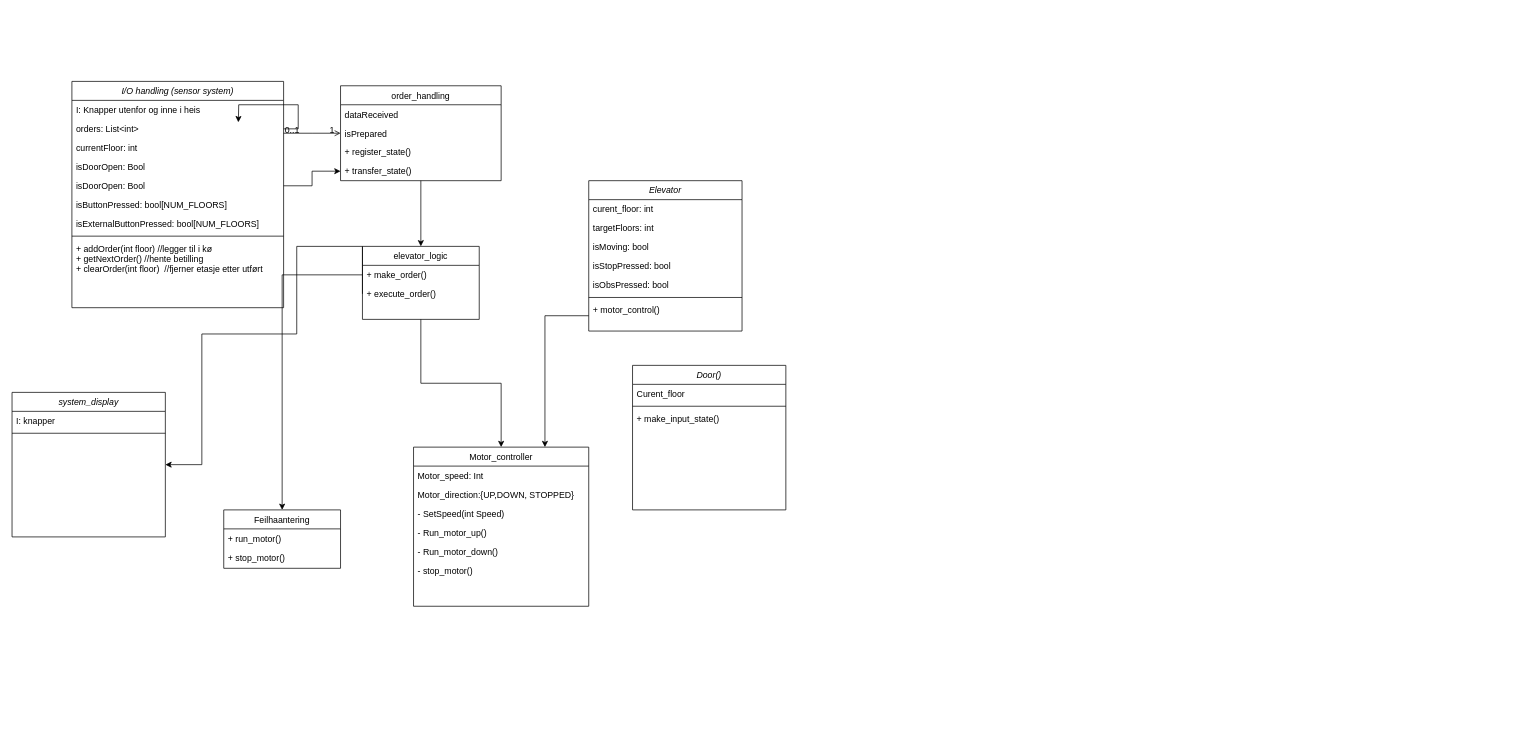
MathiasSagerup/TilpDat keeps this draw.io diagram as Untitled Diagram.drawio. Above is the earlier version. Source tidied: cells renumbered, new cells numbered last; positions are measured from the earlier drawing's top-left corner, leaving out a move shared by most shapes. Both pictures are drawn from the tidied source at 73%, with x=0, y=0 at pixel (12, 81).
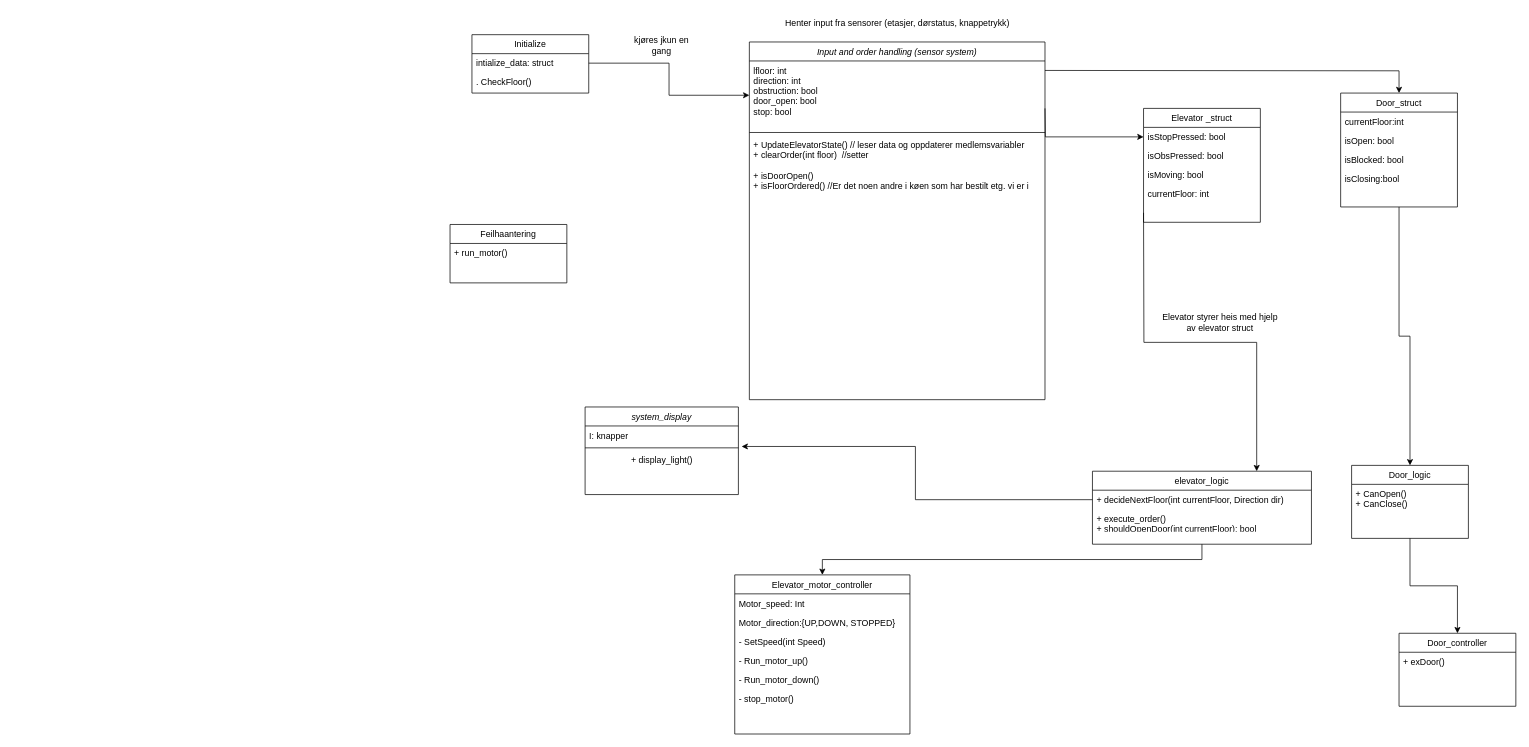
Above is the later version.

Unchanged cells that the change refers to:
```xml
<mxCell id="38" value="I: knapper&#10;" style="text;align=left;verticalAlign=top;spacingLeft=4;spacingRight=4;overflow=hidden;points=[[0,0.5],[1,0.5]];portConstraint=eastwest;" parent="37" vertex="1">
  <mxGeometry y="26" width="210" height="26" as="geometry" />
</mxCell>
```

What changed in the source:
```diff
@@
-    <mxCell id="2" value="I/O handling (sensor system)" style="swimlane;fontStyle=2;align=center;verticalAlign=top;horizontal=1;startSize=26;rounded=0;shadow=0;strokeWidth=1;" parent="1" vertex="1">
-      <mxGeometry x="82" width="290" height="310" as="geometry" />
+    <mxCell id="2" value="Input and order handling (sensor system)" style="swimlane;fontStyle=2;align=center;verticalAlign=top;horizontal=1;startSize=26;rounded=0;shadow=0;strokeWidth=1;" parent="1" vertex="1">
+      <mxGeometry x="1010" y="-54" width="405" height="490" as="geometry" />
     </mxCell>
-    <mxCell id="3" value="I: Knapper utenfor og inne i heis " style="text;align=left;verticalAlign=top;spacingLeft=4;spacingRight=4;overflow=hidden;" parent="2" vertex="1">
-      <mxGeometry y="26" width="290" height="26" as="geometry" />
-    </mxCell>
-    <mxCell id="4" style="edgeStyle=orthogonalEdgeStyle;rounded=0;jettySize=auto;html=1;exitX=1;exitY=0.5;exitDx=0;exitDy=0;" parent="2" edge="1" source="5">
-      <mxGeometry relative="1" as="geometry">
-        <mxPoint x="228" y="56" as="targetPoint" />
-      </mxGeometry>
-    </mxCell>
-    <mxCell id="5" value="orders: List&lt;int&gt;" style="text;align=left;verticalAlign=top;spacingLeft=4;spacingRight=4;overflow=hidden;points=[[0,0.5],[1,0.5]];portConstraint=eastwest;" parent="2" vertex="1">
-      <mxGeometry y="52" width="290" height="26" as="geometry" />
-    </mxCell>
-    <mxCell id="6" value="currentFloor: int" style="text;align=left;verticalAlign=top;spacingLeft=4;spacingRight=4;overflow=hidden;" parent="2" vertex="1">
-      <mxGeometry y="78" width="290" height="26" as="geometry" />
-    </mxCell>
-    <mxCell id="7" value="isDoorOpen: Bool" style="text;align=left;verticalAlign=top;spacingLeft=4;spacingRight=4;overflow=hidden;points=[[0,0.5],[1,0.5]];portConstraint=eastwest;" parent="2" vertex="1">
-      <mxGeometry y="104" width="290" height="26" as="geometry" />
+    <mxCell id="7" value="lfloor: int&#10;direction: int &#10;obstruction: bool &#10;door_open: bool &#10;stop: bool " style="text;align=left;verticalAlign=top;spacingLeft=4;spacingRight=4;overflow=hidden;points=[[0,0.5],[1,0.5]];portConstraint=eastwest;" parent="2" vertex="1">
+      <mxGeometry y="26" width="405" height="94" as="geometry" />
     </mxCell>
-    <mxCell id="8" value="isDoorOpen: Bool" style="text;align=left;verticalAlign=top;spacingLeft=4;spacingRight=4;overflow=hidden;points=[[0,0.5],[1,0.5]];portConstraint=eastwest;" parent="2" vertex="1">
-      <mxGeometry y="130" width="290" height="26" as="geometry" />
-    </mxCell>
-    <mxCell id="9" value="isButtonPressed: bool[NUM_FLOORS]" style="text;align=left;verticalAlign=top;spacingLeft=4;spacingRight=4;overflow=hidden;" parent="2" vertex="1">
-      <mxGeometry y="156" width="290" height="26" as="geometry" />
-    </mxCell>
-    <mxCell id="10" value="isExternalButtonPressed: bool[NUM_FLOORS]" style="text;align=left;verticalAlign=top;spacingLeft=4;spacingRight=4;overflow=hidden;" parent="2" vertex="1">
-      <mxGeometry y="182" width="290" height="26" as="geometry" />
-    </mxCell>
     <mxCell id="11" style="line;html=1;strokeWidth=1;align=left;verticalAlign=middle;spacingTop=-1;spacingLeft=3;spacingRight=3;labelPosition=right;" parent="2" vertex="1">
-      <mxGeometry y="208" width="290" height="8" as="geometry" />
+      <mxGeometry y="120" width="405" height="8" as="geometry" />
     </mxCell>
-    <mxCell id="12" value="+ addOrder(int floor) //legger til i kø&#10;+ getNextOrder() //hente betilling&#10;+ clearOrder(int floor)  //fjerner etasje etter utført" style="text;align=left;verticalAlign=top;spacingLeft=4;spacingRight=4;overflow=hidden;rounded=0;shadow=0;html=0;" parent="2" vertex="1">
-      <mxGeometry y="216" width="290" height="94" as="geometry" />
+    <mxCell id="12" value="+ UpdateElevatorState() // leser data og oppdaterer medlemsvariabler&#10;+ clearOrder(int floor)  //setter&#10;&#10;+ isDoorOpen()&#10;+ isFloorOrdered() //Er det noen andre i køen som har bestilt etg. vi er i &#10; " style="text;align=left;verticalAlign=top;spacingLeft=4;spacingRight=4;overflow=hidden;rounded=0;shadow=0;html=0;" parent="2" vertex="1">
+      <mxGeometry y="128" width="405" height="132" as="geometry" />
     </mxCell>
-    <mxCell id="13" style="edgeStyle=orthogonalEdgeStyle;rounded=0;jettySize=auto;html=1;exitX=0.5;exitY=1;exitDx=0;exitDy=0;" parent="1" edge="1" source="14" target="23">
-      <mxGeometry relative="1" as="geometry" />
-    </mxCell>
-    <mxCell id="14" value="order_handling" style="swimlane;fontStyle=0;align=center;verticalAlign=top;horizontal=1;startSize=26;rounded=0;shadow=0;strokeWidth=1;" parent="1" vertex="1">
-      <mxGeometry x="450" y="6" width="220" height="130" as="geometry" />
-    </mxCell>
-    <mxCell id="15" value="dataReceived&#10;" style="text;align=left;verticalAlign=top;spacingLeft=4;spacingRight=4;overflow=hidden;" parent="14" vertex="1">
-      <mxGeometry y="26" width="220" height="26" as="geometry" />
-    </mxCell>
-    <mxCell id="16" value="isPrepared" style="text;align=left;verticalAlign=top;spacingLeft=4;spacingRight=4;overflow=hidden;" parent="14" vertex="1">
-      <mxGeometry y="52" width="220" height="26" as="geometry" />
-    </mxCell>
-    <mxCell id="17" value="+ register_state()" style="text;align=left;verticalAlign=top;spacingLeft=4;spacingRight=4;overflow=hidden;" parent="14" vertex="1">
-      <mxGeometry y="78" width="220" height="26" as="geometry" />
-    </mxCell>
-    <mxCell id="18" value="+ transfer_state()" style="text;align=left;verticalAlign=top;spacingLeft=4;spacingRight=4;overflow=hidden;points=[[0,0.5],[1,0.5]];portConstraint=eastwest;rounded=0;shadow=0;html=0;" parent="14" vertex="1">
-      <mxGeometry y="104" width="220" height="26" as="geometry" />
-    </mxCell>
-    <mxCell id="19" style="endArrow=open;shadow=0;strokeWidth=1;rounded=0;curved=0;endFill=1;edgeStyle=elbowEdgeStyle;elbow=vertical;" parent="1" edge="1" source="2" target="14">
-      <mxGeometry x="0.5" y="41" relative="1" as="geometry">
-        <mxPoint x="-40" y="32" as="offset" />
-      </mxGeometry>
-    </mxCell>
-    <mxCell id="20" value="0..1" style="align=left;verticalAlign=bottom;labelBackgroundColor=none;fontSize=12;" parent="19" vertex="1">
-      <mxGeometry x="-1" relative="1" as="geometry">
-        <mxPoint y="4" as="offset" />
-      </mxGeometry>
-    </mxCell>
-    <mxCell id="21" value="1" style="align=right;verticalAlign=bottom;labelBackgroundColor=none;fontSize=12;" parent="19" vertex="1">
-      <mxGeometry x="1" relative="1" as="geometry">
-        <mxPoint x="-7" y="4" as="offset" />
-      </mxGeometry>
-    </mxCell>
@@
     <mxCell id="23" value="elevator_logic" style="swimlane;fontStyle=0;align=center;verticalAlign=top;horizontal=1;startSize=26;rounded=0;shadow=0;strokeWidth=1;" parent="1" vertex="1">
-      <mxGeometry x="480" y="226" width="160" height="100" as="geometry" />
+      <mxGeometry x="1480" y="534" width="300" height="100" as="geometry" />
     </mxCell>
-    <mxCell id="24" value="+ make_order()&#10;" style="text;align=left;verticalAlign=top;spacingLeft=4;spacingRight=4;overflow=hidden;points=[[0,0.5],[1,0.5]];portConstraint=eastwest;" parent="23" vertex="1">
-      <mxGeometry y="26" width="160" height="26" as="geometry" />
+    <mxCell id="24" value="+ decideNextFloor(int currentFloor, Direction dir)" style="text;align=left;verticalAlign=top;spacingLeft=4;spacingRight=4;overflow=hidden;points=[[0,0.5],[1,0.5]];portConstraint=eastwest;" parent="23" vertex="1">
+      <mxGeometry y="26" width="300" height="26" as="geometry" />
     </mxCell>
-    <mxCell id="25" value="+ execute_order()" style="text;align=left;verticalAlign=top;spacingLeft=4;spacingRight=4;overflow=hidden;points=[[0,0.5],[1,0.5]];portConstraint=eastwest;rounded=0;shadow=0;html=0;" parent="23" vertex="1">
-      <mxGeometry y="52" width="160" height="26" as="geometry" />
+    <mxCell id="25" value="+ execute_order()&#10;+ shouldOpenDoor(int currentFloor): bool" style="text;align=left;verticalAlign=top;spacingLeft=4;spacingRight=4;overflow=hidden;points=[[0,0.5],[1,0.5]];portConstraint=eastwest;rounded=0;shadow=0;html=0;" parent="23" vertex="1">
+      <mxGeometry y="52" width="300" height="26" as="geometry" />
     </mxCell>
-    <mxCell id="26" value="Motor_controller" style="swimlane;fontStyle=0;align=center;verticalAlign=top;horizontal=1;startSize=26;rounded=0;shadow=0;strokeWidth=1;" parent="1" vertex="1">
-      <mxGeometry x="550" y="501" width="240" height="218" as="geometry" />
+    <mxCell id="26" value="Elevator_motor_controller" style="swimlane;fontStyle=0;align=center;verticalAlign=top;horizontal=1;startSize=26;rounded=0;shadow=0;strokeWidth=1;" parent="1" vertex="1">
+      <mxGeometry x="990" y="676" width="240" height="218" as="geometry" />
     </mxCell>
@@
     <mxCell id="33" value="Feilhaantering" style="swimlane;fontStyle=0;align=center;verticalAlign=top;horizontal=1;startSize=26;rounded=0;shadow=0;strokeWidth=1;" parent="1" vertex="1">
-      <mxGeometry x="290" y="587" width="160" height="80" as="geometry" />
+      <mxGeometry x="600" y="196" width="160" height="80" as="geometry" />
     </mxCell>
@@
-    <mxCell id="35" value="+ stop_motor()&#10;" style="text;align=left;verticalAlign=top;spacingLeft=4;spacingRight=4;overflow=hidden;" parent="33" vertex="1">
-      <mxGeometry y="52" width="160" height="26" as="geometry" />
-    </mxCell>
-    <mxCell id="36" style="edgeStyle=orthogonalEdgeStyle;rounded=0;jettySize=auto;html=1;exitX=0;exitY=0.5;exitDx=0;exitDy=0;entryX=0.5;entryY=0;entryDx=0;entryDy=0;" parent="1" edge="1" source="24" target="33">
-      <mxGeometry relative="1" as="geometry" />
-    </mxCell>
     <mxCell id="37" value="system_display" style="swimlane;fontStyle=2;align=center;verticalAlign=top;horizontal=1;startSize=26;rounded=0;shadow=0;strokeWidth=1;" parent="1" vertex="1">
-      <mxGeometry y="426" width="210" height="198" as="geometry" />
+      <mxGeometry x="785" y="446" width="210" height="120" as="geometry" />
     </mxCell>
@@
-    <mxCell id="40" style="edgeStyle=orthogonalEdgeStyle;rounded=0;jettySize=auto;html=1;exitX=0;exitY=0.5;exitDx=0;exitDy=0;entryX=1;entryY=0.5;entryDx=0;entryDy=0;" parent="1" edge="1" source="25" target="37">
-      <mxGeometry relative="1" as="geometry">
-        <Array as="points">
-          <mxPoint x="480" y="226" />
-          <mxPoint x="390" y="226" />
-          <mxPoint x="390" y="346" />
-          <mxPoint x="260" y="346" />
-        </Array>
-      </mxGeometry>
-    </mxCell>
-    <mxCell id="41" value="Elevator" style="swimlane;fontStyle=2;align=center;verticalAlign=top;horizontal=1;startSize=26;rounded=0;shadow=0;strokeWidth=1;" parent="1" vertex="1">
-      <mxGeometry x="790" y="136" width="210" height="206" as="geometry" />
-    </mxCell>
-    <mxCell id="42" value="curent_floor: int" style="text;align=left;verticalAlign=top;spacingLeft=4;spacingRight=4;overflow=hidden;" parent="41" vertex="1">
-      <mxGeometry y="26" width="210" height="26" as="geometry" />
-    </mxCell>
-    <mxCell id="43" value="targetFloors: int" style="text;align=left;verticalAlign=top;spacingLeft=4;spacingRight=4;overflow=hidden;" parent="41" vertex="1">
-      <mxGeometry y="52" width="210" height="26" as="geometry" />
-    </mxCell>
-    <mxCell id="44" value="isMoving: bool" style="text;align=left;verticalAlign=top;spacingLeft=4;spacingRight=4;overflow=hidden;" parent="41" vertex="1">
-      <mxGeometry y="78" width="210" height="26" as="geometry" />
-    </mxCell>
+    <mxCell id="55" value="+ display_light()&lt;div&gt;&lt;br&gt;&lt;/div&gt;" style="text;html=1;align=center;verticalAlign=middle;strokeColor=none;fillColor=none;" parent="37" vertex="1">
+      <mxGeometry y="60" width="210" height="40" as="geometry" />
+    </mxCell>
+    <mxCell id="56" style="edgeStyle=orthogonalEdgeStyle;rounded=0;jettySize=auto;html=1;entryX=0.75;entryY=0;entryDx=0;entryDy=0;" parent="1" edge="1" target="23">
+      <mxGeometry relative="1" as="geometry">
+        <mxPoint x="1550" y="180" as="sourcePoint" />
+      </mxGeometry>
+    </mxCell>
+    <mxCell id="57" style="edgeStyle=orthogonalEdgeStyle;rounded=0;jettySize=auto;html=1;exitX=0.5;exitY=1;exitDx=0;exitDy=0;entryX=0.5;entryY=0;entryDx=0;entryDy=0;" parent="1" edge="1" source="70" target="64">
+      <mxGeometry relative="1" as="geometry" />
+    </mxCell>
+    <mxCell id="58" value="Initialize" style="swimlane;fontStyle=0;align=center;verticalAlign=top;horizontal=1;startSize=26;rounded=0;shadow=0;strokeWidth=1;" parent="1" vertex="1">
+      <mxGeometry x="630" y="-64" width="160" height="80" as="geometry" />
+    </mxCell>
+    <mxCell id="59" value="intialize_data: struct" style="text;align=left;verticalAlign=top;spacingLeft=4;spacingRight=4;overflow=hidden;points=[[0,0.5],[1,0.5]];portConstraint=eastwest;" parent="58" vertex="1">
+      <mxGeometry y="26" width="160" height="26" as="geometry" />
+    </mxCell>
+    <mxCell id="60" value=". CheckFloor()" style="text;align=left;verticalAlign=top;spacingLeft=4;spacingRight=4;overflow=hidden;" parent="58" vertex="1">
+      <mxGeometry y="52" width="160" height="26" as="geometry" />
+    </mxCell>
+    <mxCell id="61" style="edgeStyle=orthogonalEdgeStyle;rounded=0;jettySize=auto;html=1;exitX=1;exitY=0.5;exitDx=0;exitDy=0;entryX=0;entryY=0.5;entryDx=0;entryDy=0;" parent="1" edge="1" source="59" target="7">
+      <mxGeometry relative="1" as="geometry" />
+    </mxCell>
+    <mxCell id="62" value="Elevator styrer heis med hjelp av elevator struct" style="text;html=1;align=center;verticalAlign=middle;whiteSpace=wrap;rounded=0;" parent="1" vertex="1">
+      <mxGeometry x="1570" y="316" width="170" height="30" as="geometry" />
+    </mxCell>
+    <mxCell id="63" value="kjøres jkun en gang" style="text;html=1;align=center;verticalAlign=middle;whiteSpace=wrap;rounded=0;" parent="1" vertex="1">
+      <mxGeometry x="840" y="-64" width="100" height="30" as="geometry" />
+    </mxCell>
+    <mxCell id="64" value="Door_logic" style="swimlane;fontStyle=0;align=center;verticalAlign=top;horizontal=1;startSize=26;rounded=0;shadow=0;strokeWidth=1;" parent="1" vertex="1">
+      <mxGeometry x="1835" y="526" width="160" height="100" as="geometry" />
+    </mxCell>
+    <mxCell id="65" value="+ CanOpen()&#10;+ CanClose()" style="text;align=left;verticalAlign=top;spacingLeft=4;spacingRight=4;overflow=hidden;" parent="64" vertex="1">
+      <mxGeometry y="26" width="160" height="64" as="geometry" />
+    </mxCell>
+    <mxCell id="66" style="edgeStyle=orthogonalEdgeStyle;rounded=0;jettySize=auto;html=1;exitX=1;exitY=0.5;exitDx=0;exitDy=0;entryX=0.5;entryY=0;entryDx=0;entryDy=0;" parent="1" edge="1" target="70">
+      <mxGeometry relative="1" as="geometry">
+        <mxPoint x="1415" y="-15" as="sourcePoint" />
+      </mxGeometry>
+    </mxCell>
+    <mxCell id="67" style="edgeStyle=orthogonalEdgeStyle;rounded=0;jettySize=auto;html=1;exitX=0.5;exitY=1;exitDx=0;exitDy=0;entryX=0.5;entryY=0;entryDx=0;entryDy=0;" parent="1" edge="1" source="64" target="76">
+      <mxGeometry relative="1" as="geometry" />
+    </mxCell>
+    <mxCell id="68" value="Henter input fra sensorer (etasjer, dørstatus, knappetrykk)" style="text;html=1;align=center;verticalAlign=middle;whiteSpace=wrap;rounded=0;" parent="1" vertex="1">
+      <mxGeometry x="1032.5" y="-94" width="360" height="30" as="geometry" />
+    </mxCell>
+    <mxCell id="69" value="Elevator _struct" style="swimlane;fontStyle=0;align=center;verticalAlign=top;horizontal=1;startSize=26;rounded=0;shadow=0;strokeWidth=1;" parent="1" vertex="1">
+      <mxGeometry x="1550" y="37" width="160" height="156" as="geometry" />
+    </mxCell>
-    <mxCell id="45" value="isStopPressed: bool" style="text;align=left;verticalAlign=top;spacingLeft=4;spacingRight=4;overflow=hidden;points=[[0,0.5],[1,0.5]];portConstraint=eastwest;" parent="41" vertex="1">
-      <mxGeometry y="104" width="210" height="26" as="geometry" />
+    <mxCell id="45" value="isStopPressed: bool" style="text;align=left;verticalAlign=top;spacingLeft=4;spacingRight=4;overflow=hidden;points=[[0,0.5],[1,0.5]];portConstraint=eastwest;" parent="69" vertex="1">
+      <mxGeometry y="26" width="160" height="26" as="geometry" />
     </mxCell>
-    <mxCell id="46" value="isObsPressed: bool" style="text;align=left;verticalAlign=top;spacingLeft=4;spacingRight=4;overflow=hidden;" parent="41" vertex="1">
-      <mxGeometry y="130" width="210" height="26" as="geometry" />
+    <mxCell id="46" value="isObsPressed: bool" style="text;align=left;verticalAlign=top;spacingLeft=4;spacingRight=4;overflow=hidden;" parent="69" vertex="1">
+      <mxGeometry y="52" width="160" height="26" as="geometry" />
     </mxCell>
-    <mxCell id="47" style="line;html=1;strokeWidth=1;align=left;verticalAlign=middle;spacingTop=-1;spacingLeft=3;spacingRight=3;labelPosition=right;" parent="41" vertex="1">
-      <mxGeometry y="156" width="210" height="8" as="geometry" />
-    </mxCell>
-    <mxCell id="48" value="+ motor_control()" style="text;align=left;verticalAlign=top;spacingLeft=4;spacingRight=4;overflow=hidden;points=[[0,0.5],[1,0.5]];portConstraint=eastwest;rounded=0;shadow=0;html=0;" parent="41" vertex="1">
-      <mxGeometry y="164" width="210" height="42" as="geometry" />
-    </mxCell>
-    <mxCell id="49" value="Door()" style="swimlane;fontStyle=2;align=center;verticalAlign=top;horizontal=1;startSize=26;rounded=0;shadow=0;strokeWidth=1;" parent="1" vertex="1">
-      <mxGeometry x="850" y="389" width="210" height="198" as="geometry" />
-    </mxCell>
-    <mxCell id="50" value="Curent_floor " style="text;align=left;verticalAlign=top;spacingLeft=4;spacingRight=4;overflow=hidden;" parent="49" vertex="1">
-      <mxGeometry y="26" width="210" height="26" as="geometry" />
-    </mxCell>
-    <mxCell id="51" style="line;html=1;strokeWidth=1;align=left;verticalAlign=middle;spacingTop=-1;spacingLeft=3;spacingRight=3;labelPosition=right;" parent="49" vertex="1">
-      <mxGeometry y="52" width="210" height="8" as="geometry" />
-    </mxCell>
-    <mxCell id="52" value="+ make_input_state()" style="text;align=left;verticalAlign=top;spacingLeft=4;spacingRight=4;overflow=hidden;rounded=0;shadow=0;html=0;" parent="49" vertex="1">
-      <mxGeometry y="60" width="210" height="42" as="geometry" />
-    </mxCell>
-    <mxCell id="53" style="edgeStyle=orthogonalEdgeStyle;rounded=0;jettySize=auto;html=1;exitX=0;exitY=0.5;exitDx=0;exitDy=0;entryX=0.75;entryY=0;entryDx=0;entryDy=0;" parent="1" edge="1" source="48" target="26">
-      <mxGeometry relative="1" as="geometry" />
-    </mxCell>
-    <mxCell id="54" style="edgeStyle=orthogonalEdgeStyle;rounded=0;jettySize=auto;html=1;" parent="1" edge="1" source="8" target="18">
-      <mxGeometry relative="1" as="geometry" />
-    </mxCell>
+    <mxCell id="44" value="isMoving: bool " style="text;align=left;verticalAlign=top;spacingLeft=4;spacingRight=4;overflow=hidden;" parent="69" vertex="1">
+      <mxGeometry y="78" width="160" height="26" as="geometry" />
+    </mxCell>
+    <mxCell id="6" value="currentFloor: int" style="text;align=left;verticalAlign=top;spacingLeft=4;spacingRight=4;overflow=hidden;" parent="69" vertex="1">
+      <mxGeometry y="104" width="160" height="26" as="geometry" />
+    </mxCell>
+    <mxCell id="70" value="Door_struct" style="swimlane;fontStyle=0;align=center;verticalAlign=top;horizontal=1;startSize=26;rounded=0;shadow=0;strokeWidth=1;" parent="1" vertex="1">
+      <mxGeometry x="1820" y="16" width="160" height="156" as="geometry" />
+    </mxCell>
+    <mxCell id="71" value="currentFloor:int" style="text;align=left;verticalAlign=top;spacingLeft=4;spacingRight=4;overflow=hidden;" parent="70" vertex="1">
+      <mxGeometry y="26" width="160" height="26" as="geometry" />
+    </mxCell>
+    <mxCell id="72" value="isOpen: bool" style="text;align=left;verticalAlign=top;spacingLeft=4;spacingRight=4;overflow=hidden;" parent="70" vertex="1">
+      <mxGeometry y="52" width="160" height="26" as="geometry" />
+    </mxCell>
+    <mxCell id="73" value="isBlocked: bool " style="text;align=left;verticalAlign=top;spacingLeft=4;spacingRight=4;overflow=hidden;" parent="70" vertex="1">
+      <mxGeometry y="78" width="160" height="26" as="geometry" />
+    </mxCell>
+    <mxCell id="74" value="isClosing:bool" style="text;align=left;verticalAlign=top;spacingLeft=4;spacingRight=4;overflow=hidden;" parent="70" vertex="1">
+      <mxGeometry y="104" width="160" height="26" as="geometry" />
+    </mxCell>
+    <mxCell id="75" style="edgeStyle=orthogonalEdgeStyle;rounded=0;jettySize=auto;html=1;exitX=1;exitY=0.5;exitDx=0;exitDy=0;entryX=0;entryY=0.5;entryDx=0;entryDy=0;" parent="1" edge="1" target="45">
+      <mxGeometry relative="1" as="geometry">
+        <mxPoint x="1415" y="37" as="sourcePoint" />
+      </mxGeometry>
+    </mxCell>
+    <mxCell id="76" value="Door_controller" style="swimlane;fontStyle=0;align=center;verticalAlign=top;horizontal=1;startSize=26;rounded=0;shadow=0;strokeWidth=1;" parent="1" vertex="1">
+      <mxGeometry x="1900" y="756" width="160" height="100" as="geometry" />
+    </mxCell>
+    <mxCell id="77" value="+ exDoor()" style="text;align=left;verticalAlign=top;spacingLeft=4;spacingRight=4;overflow=hidden;" parent="76" vertex="1">
+      <mxGeometry y="26" width="160" height="26" as="geometry" />
+    </mxCell>
+    <mxCell id="78" style="edgeStyle=orthogonalEdgeStyle;rounded=0;jettySize=auto;html=1;exitX=0;exitY=0.5;exitDx=0;exitDy=0;entryX=1.021;entryY=1.081;entryDx=0;entryDy=0;entryPerimeter=0;" parent="1" edge="1" source="24" target="38">
+      <mxGeometry relative="1" as="geometry" />
+    </mxCell>
```
